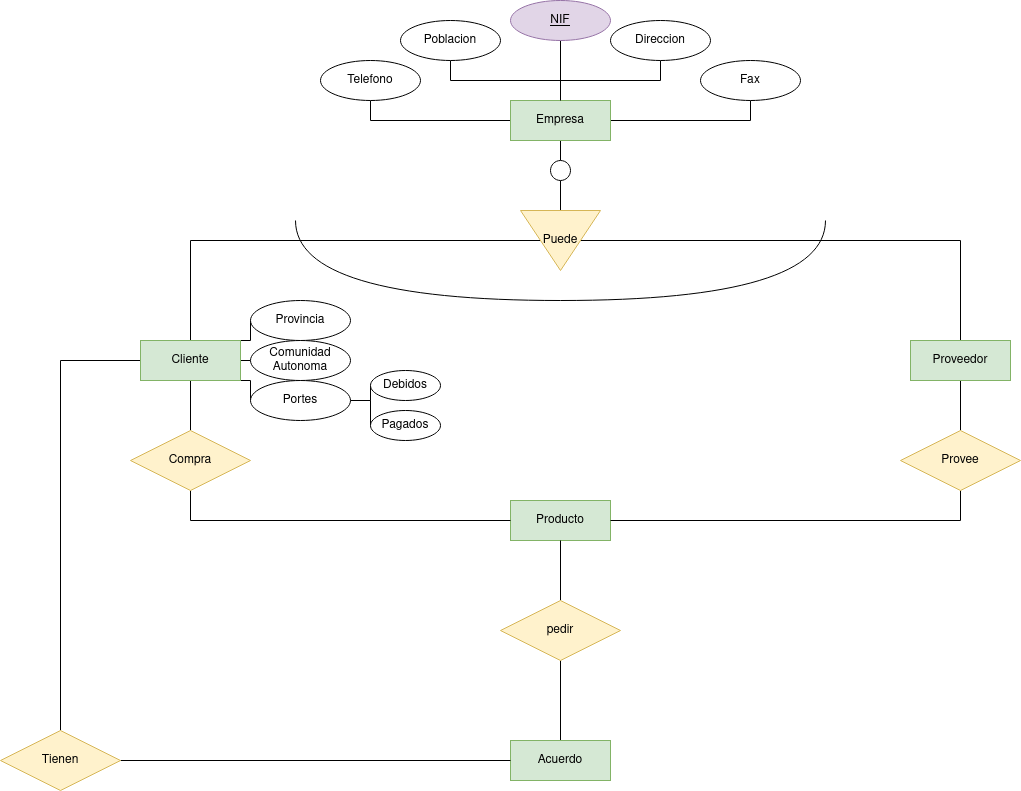
This is Unidad-1/Tareas/Tarea-evaluable4/tarea4.drawio.png from jdrguez/2-Daw, a draw.io export, as it was before one commit. Source tidied: cells renumbered, new cells last; positions are measured from the earlier drawing's top-left corner, leaving out a move shared by most shapes.
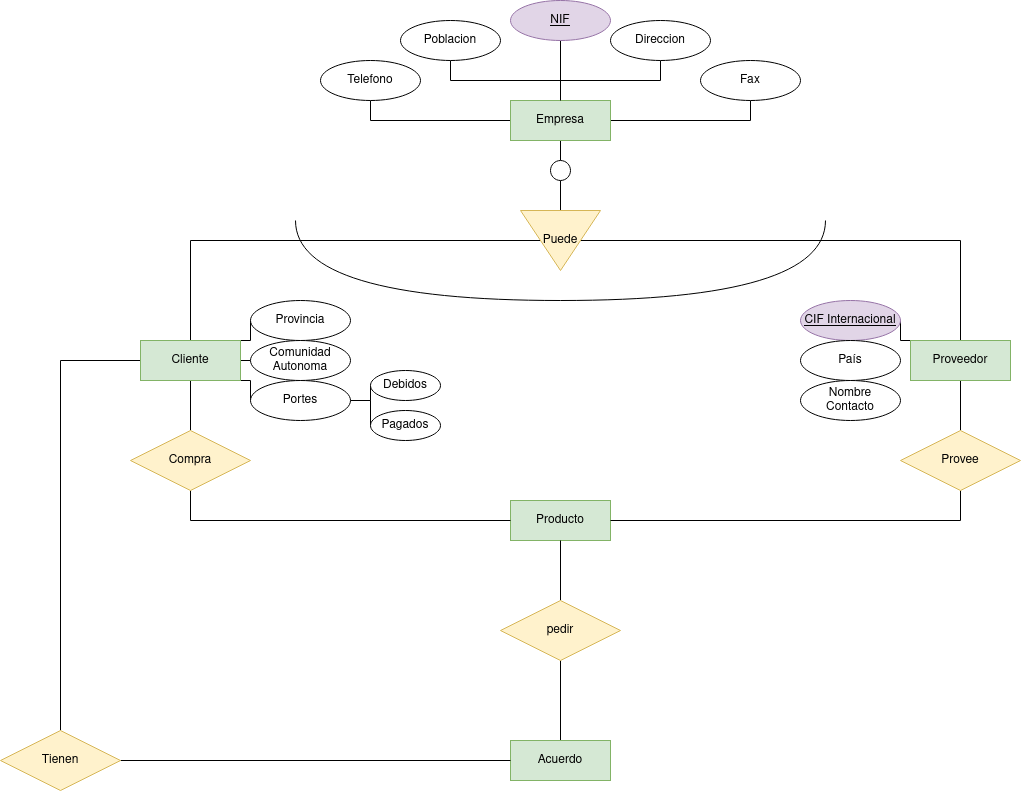
The same diagram one commit later.

The edit, as a diff of the source:
```diff
@@ -56,6 +56,9 @@
     <mxCell id="19" style="edgeStyle=orthogonalEdgeStyle;rounded=0;jettySize=auto;html=1;exitX=0.5;exitY=1;exitDx=0;exitDy=0;entryX=0.5;entryY=0;entryDx=0;entryDy=0;endArrow=none;endFill=0;" parent="1" edge="1" source="20" target="25">
       <mxGeometry relative="1" as="geometry" />
     </mxCell>
+    <mxCell id="46" style="edgeStyle=orthogonalEdgeStyle;rounded=0;jettySize=auto;html=1;exitX=0;exitY=0;exitDx=0;exitDy=0;entryX=1;entryY=0.5;entryDx=0;entryDy=0;endArrow=none;endFill=0;" parent="1" edge="1" source="20" target="47">
+      <mxGeometry relative="1" as="geometry" />
+    </mxCell>
     <mxCell id="20" value="Proveedor" style="whiteSpace=wrap;html=1;align=center;fillColor=#d5e8d4;strokeColor=#82b366;" parent="1" vertex="1">
       <mxGeometry x="910" y="340" width="100" height="40" as="geometry" />
     </mxCell>
@@ -134,5 +137,14 @@
     <mxCell id="45" value="Pagados" style="ellipse;whiteSpace=wrap;html=1;align=center;" parent="1" vertex="1">
       <mxGeometry x="370" y="410" width="70" height="30" as="geometry" />
     </mxCell>
+    <mxCell id="47" value="CIF Internacional" style="ellipse;whiteSpace=wrap;html=1;align=center;fontStyle=4;fillColor=#e1d5e7;strokeColor=#9673a6;" parent="1" vertex="1">
+      <mxGeometry x="800" y="300" width="100" height="40" as="geometry" />
+    </mxCell>
+    <mxCell id="48" value="País" style="ellipse;whiteSpace=wrap;html=1;align=center;" parent="1" vertex="1">
+      <mxGeometry x="800" y="340" width="100" height="40" as="geometry" />
+    </mxCell>
+    <mxCell id="49" value="&lt;div&gt;Nombre&lt;/div&gt;&lt;div&gt;Contacto&lt;br&gt;&lt;/div&gt;" style="ellipse;whiteSpace=wrap;html=1;align=center;" parent="1" vertex="1">
+      <mxGeometry x="800" y="380" width="100" height="40" as="geometry" />
+    </mxCell>
   </root>
 </mxGraphModel>
```
